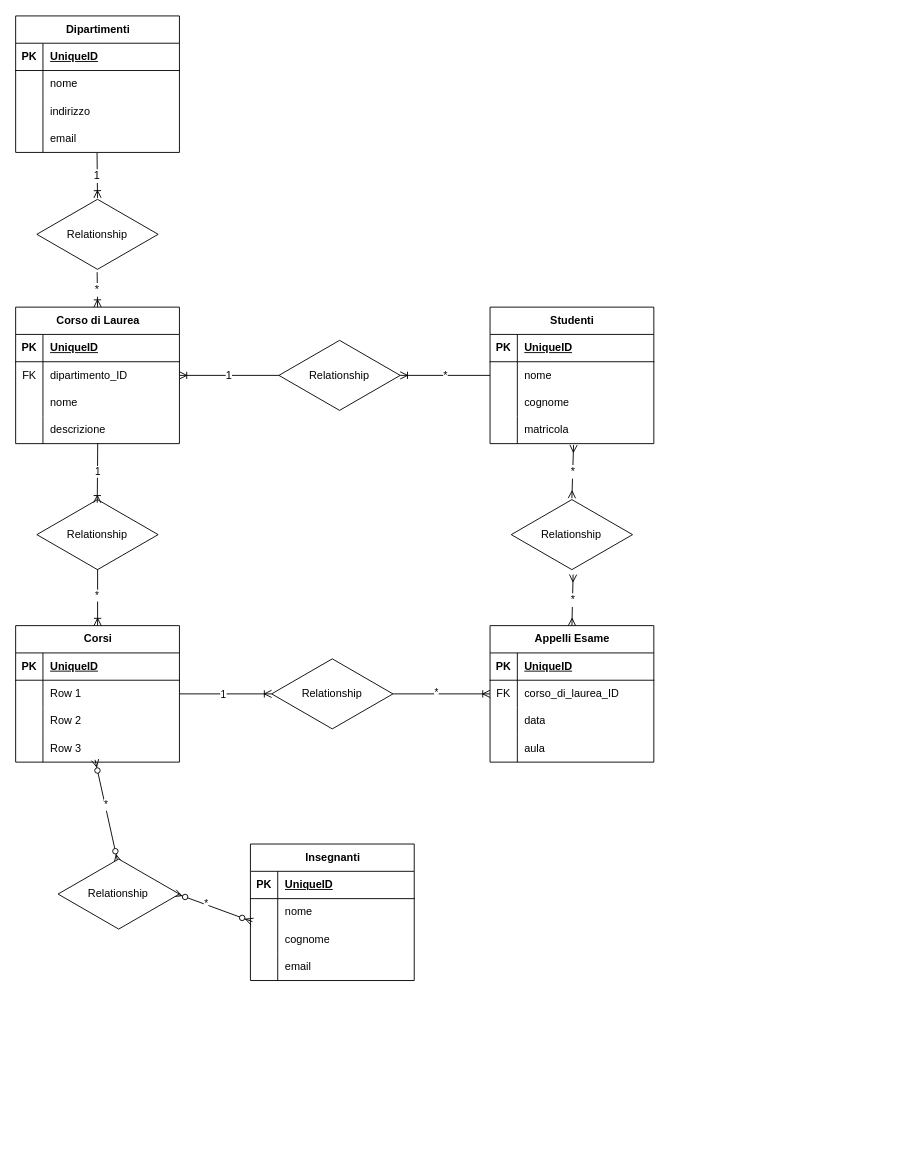
Above: schema.drawio in angeloren92/db-university (draw.io), before the change. Source tidied: cells renumbered, new cells numbered last; positions are measured from the earlier drawing's top-left corner, leaving out a move shared by most shapes. Both pictures are drawn from the tidied source at 91%, with x=0, y=0 at pixel (15, 15).
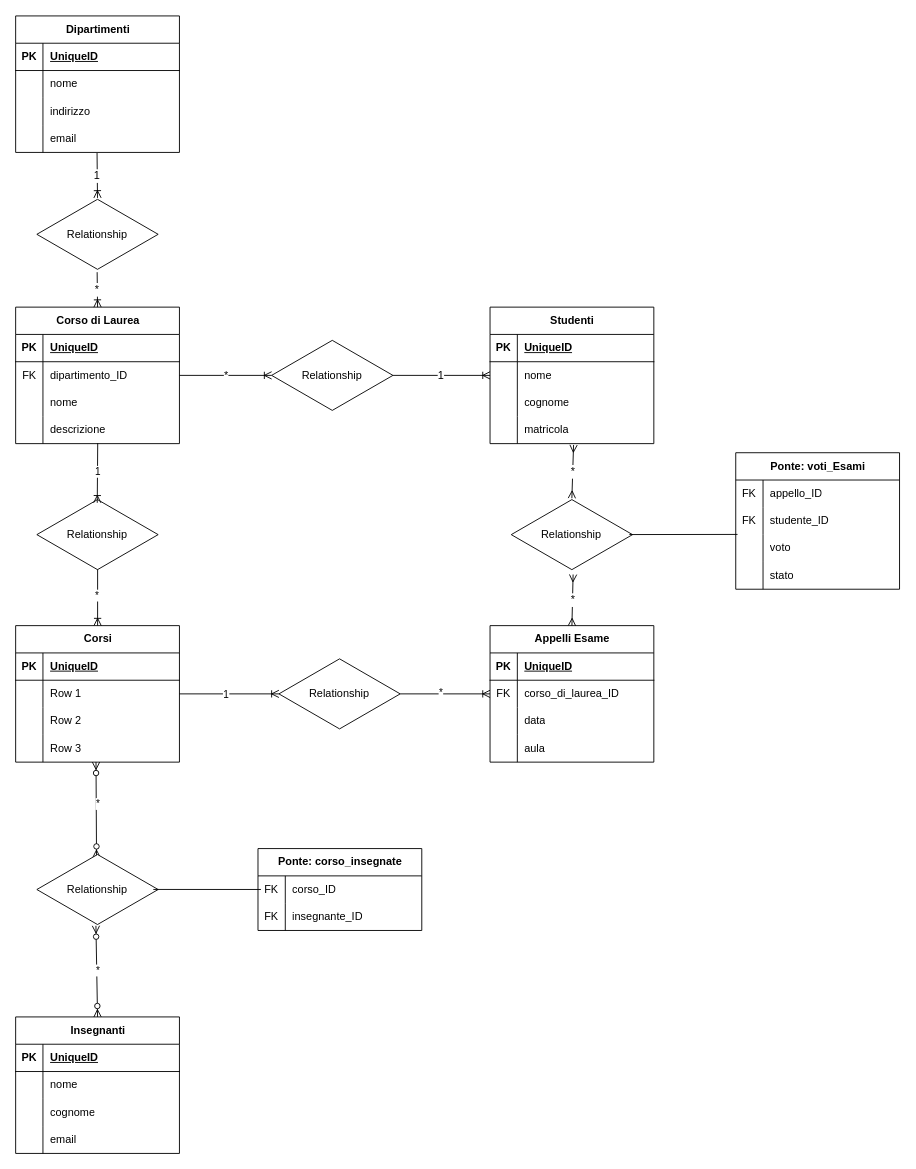
Above is the later version.

The change refers to these unchanged cells:
```xml
<mxCell id="6" style="shape=tableRow;horizontal=0;startSize=0;swimlaneHead=0;swimlaneBody=0;fillColor=none;points=[[0,0.5],[1,0.5]];portConstraint=eastwest;top=0;left=0;right=0;bottom=0;" parent="2" vertex="1">
  <mxGeometry y="60" width="180" height="30" as="geometry" />
</mxCell>
<mxCell id="38" style="shape=tableRow;horizontal=0;startSize=0;swimlaneHead=0;swimlaneBody=0;fillColor=none;points=[[0,0.5],[1,0.5]];portConstraint=eastwest;top=0;left=0;right=0;bottom=0;" parent="28" vertex="1">
  <mxGeometry y="120" width="180" height="30" as="geometry" />
</mxCell>
<mxCell id="46" style="shape=tableRow;horizontal=0;startSize=0;swimlaneHead=0;swimlaneBody=0;fillColor=none;points=[[0,0.5],[1,0.5]];portConstraint=eastwest;top=0;left=0;right=0;bottom=0;" parent="42" vertex="1">
  <mxGeometry y="60" width="180" height="30" as="geometry" />
</mxCell>
<mxCell id="77" style="shape=tableRow;horizontal=0;startSize=0;swimlaneHead=0;swimlaneBody=0;fillColor=none;points=[[0,0.5],[1,0.5]];portConstraint=eastwest;top=0;left=0;right=0;bottom=0;" parent="73" vertex="1">
  <mxGeometry y="60" width="180" height="30" as="geometry" />
</mxCell>
<mxCell id="100" value="Relationship" style="html=1;whiteSpace=wrap;shape=isoRectangle;" parent="1" vertex="1">
  <mxGeometry x="544.3" y="530" width="133.3" height="80" as="geometry" />
</mxCell>
```

Change to the diagram source:
```diff
@@
     <mxCell id="42" value="Insegnanti" style="shape=table;startSize=30;childLayout=tableLayout;rowLines=0;fontStyle=1;align=center;html=1;" parent="1" vertex="1">
-      <mxGeometry x="257.7" y="910" width="180" height="150" as="geometry" />
+      <mxGeometry x="-0.3" y="1100" width="180" height="150" as="geometry" />
     </mxCell>
@@
-    <mxCell id="55" style="fontSize=12;html=1;endArrow=ERzeroToMany;endFill=1;startArrow=ERzeroToMany;rounded=0;exitX=0.492;exitY=0.058;exitDx=0;exitDy=0;exitPerimeter=0;entryX=0.485;entryY=0.917;entryDx=0;entryDy=0;entryPerimeter=0;" parent="1" edge="1" source="59" target="38">
-      <mxGeometry relative="1" as="geometry" />
+    <mxCell id="55" style="fontSize=12;html=1;endArrow=ERzeroToMany;endFill=1;startArrow=ERzeroToMany;rounded=0;exitX=0.492;exitY=0.058;exitDx=0;exitDy=0;exitPerimeter=0;" parent="1" edge="1" source="59">
+      <mxGeometry relative="1" as="geometry">
+        <mxPoint x="88" y="820" as="targetPoint" />
+      </mxGeometry>
     </mxCell>
@@
-    <mxCell id="57" style="fontSize=12;html=1;endArrow=ERzeroToMany;endFill=1;startArrow=ERzeroToMany;rounded=0;exitX=0.012;exitY=0.843;exitDx=0;exitDy=0;exitPerimeter=0;entryX=0.963;entryY=0.488;entryDx=0;entryDy=0;entryPerimeter=0;" parent="1" edge="1" source="46" target="59">
+    <mxCell id="57" style="fontSize=12;html=1;endArrow=ERzeroToMany;endFill=1;startArrow=ERzeroToMany;rounded=0;exitX=0.5;exitY=0;exitDx=0;exitDy=0;entryX=0.487;entryY=0.998;entryDx=0;entryDy=0;entryPerimeter=0;" parent="1" edge="1" source="42" target="59">
       <mxGeometry relative="1" as="geometry" />
     </mxCell>
     <mxCell id="58" value="*" style="edgeLabel;html=1;align=center;verticalAlign=middle;" parent="57" vertex="1">
-      <mxGeometry x="0.21" y="-1" relative="1" as="geometry" />
+      <mxGeometry x="0.21" y="-1" relative="1" as="geometry">
+        <mxPoint y="10" as="offset" />
+      </mxGeometry>
     </mxCell>
     <mxCell id="59" value="Relationship" style="html=1;whiteSpace=wrap;shape=isoRectangle;" parent="1" vertex="1">
-      <mxGeometry x="46.3" y="925" width="133.3" height="80" as="geometry" />
+      <mxGeometry x="23" y="920" width="133.3" height="80" as="geometry" />
     </mxCell>
@@
     <mxCell id="94" value="Relationship" style="html=1;whiteSpace=wrap;shape=isoRectangle;" parent="1" vertex="1">
-      <mxGeometry x="281" y="705" width="133.3" height="80" as="geometry" />
+      <mxGeometry x="289" y="705" width="133.3" height="80" as="geometry" />
     </mxCell>
-    <mxCell id="95" value="1" style="fontSize=12;html=1;endArrow=ERoneToMany;exitX=0;exitY=0.5;exitDx=0;exitDy=0;entryX=1;entryY=0.5;entryDx=0;entryDy=0;" parent="1" edge="1" source="97" target="6">
+    <mxCell id="95" value="1" style="fontSize=12;html=1;endArrow=ERoneToMany;exitX=1;exitY=0.5;exitDx=0;exitDy=0;entryX=0;entryY=0.5;entryDx=0;entryDy=0;" parent="1" edge="1" source="97" target="77">
       <mxGeometry relative="1" as="geometry" />
     </mxCell>
-    <mxCell id="96" value="*" style="fontSize=12;html=1;endArrow=ERoneToMany;exitX=0;exitY=0.5;exitDx=0;exitDy=0;entryX=1;entryY=0.5;entryDx=0;entryDy=0;" parent="1" edge="1" source="77" target="97">
-      <mxGeometry relative="1" as="geometry" />
-    </mxCell>
-    <mxCell id="97" value="Relationship" style="html=1;whiteSpace=wrap;shape=isoRectangle;" parent="1" vertex="1">
-      <mxGeometry x="289" y="355" width="133.3" height="80" as="geometry" />
-    </mxCell>
@@
+    <mxCell id="104" value="Ponte: voti_Esami" style="shape=table;startSize=30;childLayout=tableLayout;rowLines=0;fontStyle=1;align=center;html=1;" parent="1" vertex="1">
+      <mxGeometry x="791" y="480" width="180" height="150" as="geometry" />
+    </mxCell>
+    <mxCell id="105" style="shape=tableRow;horizontal=0;startSize=0;swimlaneHead=0;swimlaneBody=0;fillColor=none;top=0;left=0;right=0;bottom=0;" parent="104" vertex="1">
+      <mxGeometry y="30" width="180" height="30" as="geometry" />
+    </mxCell>
+    <mxCell id="106" value="FK" style="shape=partialRectangle;fillColor=none;top=0;left=0;bottom=0;right=0;overflow=hidden;whiteSpace=wrap;html=1;" parent="105" vertex="1">
+      <mxGeometry width="30" height="30" as="geometry" />
+    </mxCell>
+    <mxCell id="107" value="appello_ID" style="shape=partialRectangle;fillColor=none;top=0;left=0;bottom=0;right=0;align=left;spacingLeft=6;overflow=hidden;whiteSpace=wrap;html=1;" parent="105" vertex="1">
+      <mxGeometry x="30" width="150" height="30" as="geometry" />
+    </mxCell>
+    <mxCell id="108" style="shape=tableRow;horizontal=0;startSize=0;swimlaneHead=0;swimlaneBody=0;fillColor=none;points=[[0,0.5],[1,0.5]];portConstraint=eastwest;top=0;left=0;right=0;bottom=0;" parent="104" vertex="1">
+      <mxGeometry y="60" width="180" height="30" as="geometry" />
+    </mxCell>
+    <mxCell id="109" value="FK" style="shape=partialRectangle;fillColor=none;top=0;left=0;bottom=0;right=0;overflow=hidden;whiteSpace=wrap;html=1;" parent="108" vertex="1">
+      <mxGeometry width="30" height="30" as="geometry" />
+    </mxCell>
+    <mxCell id="110" value="studente_ID" style="shape=partialRectangle;fillColor=none;top=0;left=0;bottom=0;right=0;align=left;spacingLeft=6;overflow=hidden;whiteSpace=wrap;html=1;" parent="108" vertex="1">
+      <mxGeometry x="30" width="150" height="30" as="geometry" />
+    </mxCell>
+    <mxCell id="111" style="shape=tableRow;horizontal=0;startSize=0;swimlaneHead=0;swimlaneBody=0;fillColor=none;top=0;left=0;right=0;bottom=0;" parent="104" vertex="1">
+      <mxGeometry y="90" width="180" height="30" as="geometry" />
+    </mxCell>
+    <mxCell id="112" style="shape=partialRectangle;fillColor=none;top=0;left=0;bottom=0;right=0;overflow=hidden;whiteSpace=wrap;html=1;" parent="111" vertex="1">
+      <mxGeometry width="30" height="30" as="geometry" />
+    </mxCell>
+    <mxCell id="113" value="voto" style="shape=partialRectangle;fillColor=none;top=0;left=0;bottom=0;right=0;align=left;spacingLeft=6;overflow=hidden;whiteSpace=wrap;html=1;" parent="111" vertex="1">
+      <mxGeometry x="30" width="150" height="30" as="geometry" />
+    </mxCell>
+    <mxCell id="114" style="shape=tableRow;horizontal=0;startSize=0;swimlaneHead=0;swimlaneBody=0;fillColor=none;top=0;left=0;right=0;bottom=0;" parent="104" vertex="1">
+      <mxGeometry y="120" width="180" height="30" as="geometry" />
+    </mxCell>
+    <mxCell id="115" style="shape=partialRectangle;fillColor=none;top=0;left=0;bottom=0;right=0;overflow=hidden;whiteSpace=wrap;html=1;" parent="114" vertex="1">
+      <mxGeometry width="30" height="30" as="geometry" />
+    </mxCell>
+    <mxCell id="116" value="stato" style="shape=partialRectangle;fillColor=none;top=0;left=0;bottom=0;right=0;align=left;spacingLeft=6;overflow=hidden;whiteSpace=wrap;html=1;" parent="114" vertex="1">
+      <mxGeometry x="30" width="150" height="30" as="geometry" />
+    </mxCell>
+    <mxCell id="117" value="Ponte: corso_insegnate" style="shape=table;startSize=30;childLayout=tableLayout;rowLines=0;fontStyle=1;align=center;html=1;" parent="1" vertex="1">
+      <mxGeometry x="266" y="915" width="180" height="90" as="geometry" />
+    </mxCell>
+    <mxCell id="118" style="shape=tableRow;horizontal=0;startSize=0;swimlaneHead=0;swimlaneBody=0;fillColor=none;points=[[0,0.5],[1,0.5]];portConstraint=eastwest;top=0;left=0;right=0;bottom=0;" parent="117" vertex="1">
+      <mxGeometry y="30" width="180" height="30" as="geometry" />
+    </mxCell>
+    <mxCell id="119" value="FK" style="shape=partialRectangle;fillColor=none;top=0;left=0;bottom=0;right=0;overflow=hidden;whiteSpace=wrap;html=1;" parent="118" vertex="1">
+      <mxGeometry width="30" height="30" as="geometry" />
+    </mxCell>
+    <mxCell id="120" value="corso_ID" style="shape=partialRectangle;fillColor=none;top=0;left=0;bottom=0;right=0;align=left;spacingLeft=6;overflow=hidden;whiteSpace=wrap;html=1;" parent="118" vertex="1">
+      <mxGeometry x="30" width="150" height="30" as="geometry" />
+    </mxCell>
+    <mxCell id="121" style="shape=tableRow;horizontal=0;startSize=0;swimlaneHead=0;swimlaneBody=0;fillColor=none;top=0;left=0;right=0;bottom=0;" parent="117" vertex="1">
+      <mxGeometry y="60" width="180" height="30" as="geometry" />
+    </mxCell>
+    <mxCell id="122" value="FK" style="shape=partialRectangle;fillColor=none;top=0;left=0;bottom=0;right=0;overflow=hidden;whiteSpace=wrap;html=1;" parent="121" vertex="1">
+      <mxGeometry width="30" height="30" as="geometry" />
+    </mxCell>
+    <mxCell id="123" value="insegnante_ID" style="shape=partialRectangle;fillColor=none;top=0;left=0;bottom=0;right=0;align=left;spacingLeft=6;overflow=hidden;whiteSpace=wrap;html=1;" parent="121" vertex="1">
+      <mxGeometry x="30" width="150" height="30" as="geometry" />
+    </mxCell>
+    <mxCell id="124" style="endArrow=none;html=1;rounded=0;entryX=0.018;entryY=0.498;entryDx=0;entryDy=0;entryPerimeter=0;exitX=0.96;exitY=0.499;exitDx=0;exitDy=0;exitPerimeter=0;" parent="1" edge="1" source="59" target="118">
+      <mxGeometry relative="1" as="geometry" />
+    </mxCell>
+    <mxCell id="125" style="endArrow=none;html=1;rounded=0;exitX=0.974;exitY=0.499;exitDx=0;exitDy=0;exitPerimeter=0;entryX=0.011;entryY=0.993;entryDx=0;entryDy=0;entryPerimeter=0;" parent="1" edge="1" source="100" target="108">
+      <mxGeometry relative="1" as="geometry" />
+    </mxCell>
+    <mxCell id="96" value="*" style="fontSize=12;html=1;endArrow=ERoneToMany;exitX=1;exitY=0.5;exitDx=0;exitDy=0;entryX=0;entryY=0.5;entryDx=0;entryDy=0;" parent="1" edge="1" source="6" target="97">
+      <mxGeometry relative="1" as="geometry" />
+    </mxCell>
+    <mxCell id="97" value="Relationship" style="html=1;whiteSpace=wrap;shape=isoRectangle;" parent="1" vertex="1">
+      <mxGeometry x="281" y="355" width="133.3" height="80" as="geometry" />
+    </mxCell>
```
